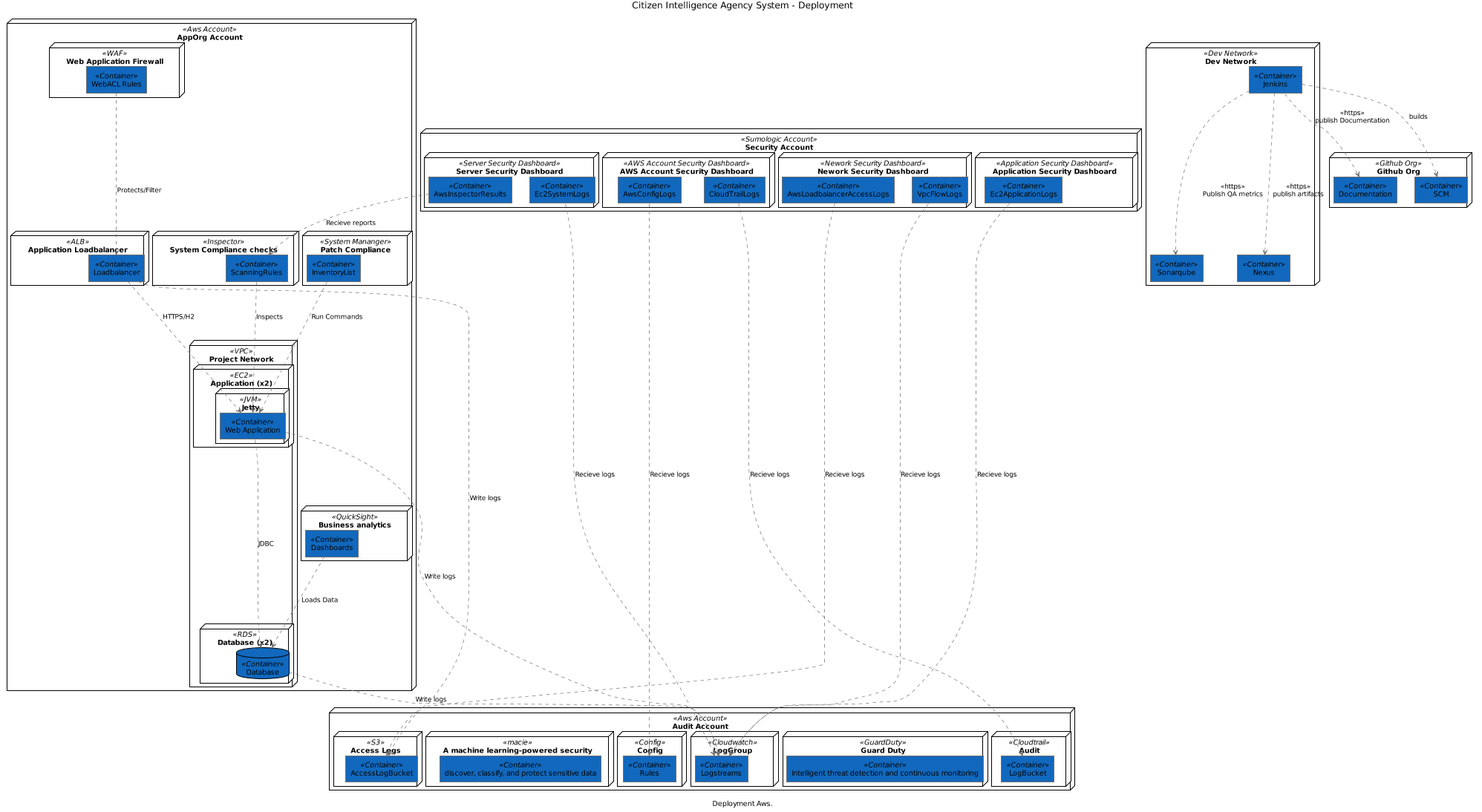
This is architecture/Citizen-Intelligence-Agency-System-System-Deployment.png from sjvs/cia, a PlantUML export, as it was before one commit.
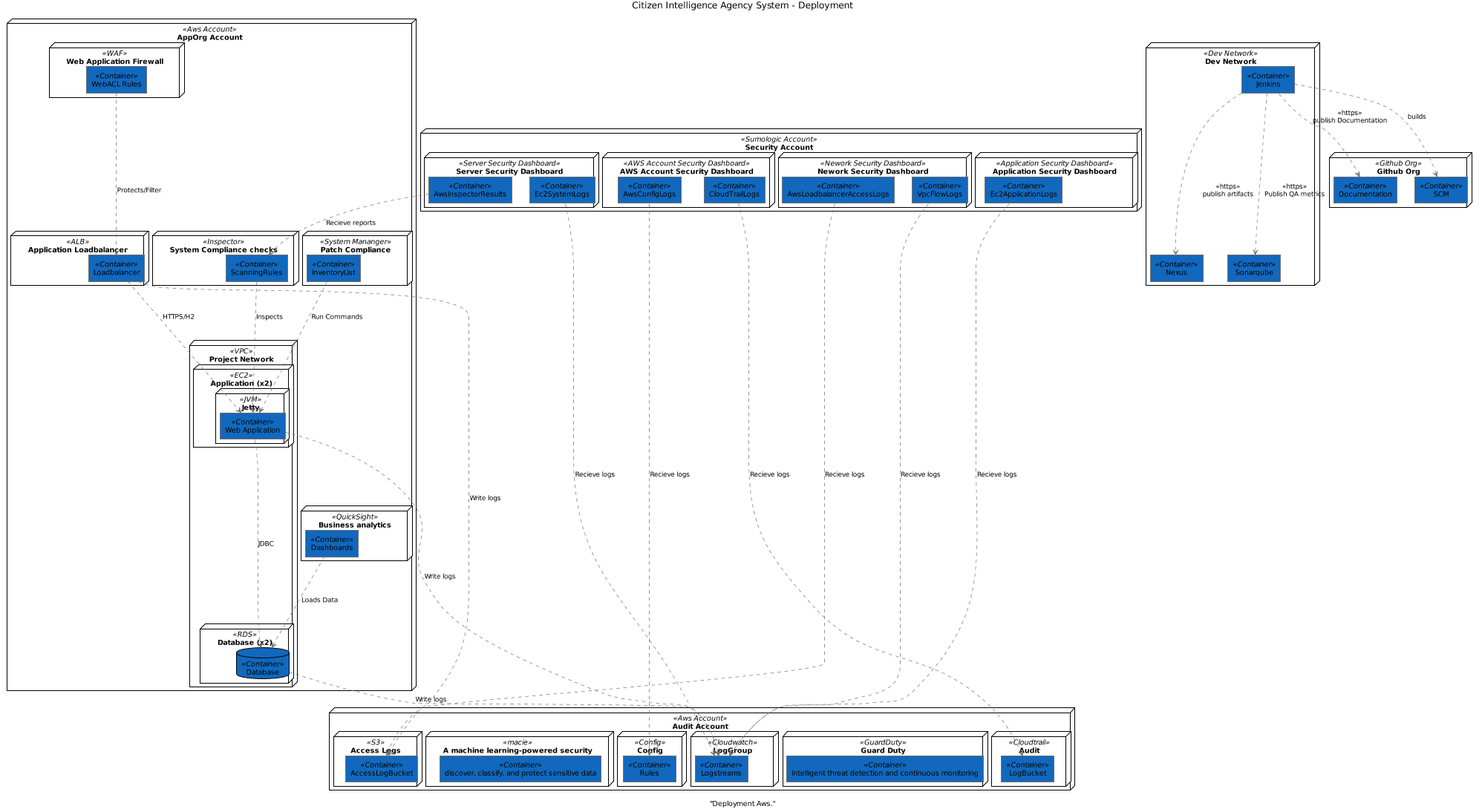
After the commit.

Diff of the diagram source:
```diff
@@ -1,7 +1,7 @@
-@startuml(id=Deployment)
+@startuml(id="Deployment")
 scale max 2000x2000
 title Citizen Intelligence Agency System - Deployment
-caption Deployment Aws.
+caption "Deployment Aws."
 
 skinparam {
   shadowing false
@@ -60,9 +60,9 @@
   }
 }
 node "Dev Network" <<Dev Network>> as 110 {
+  rectangle "Sonarqube" <<Container>> as 114 #1168bd
   rectangle "Nexus" <<Container>> as 112 #1168bd
   rectangle "Jenkins" <<Container>> as 120 #1168bd
-  rectangle "Sonarqube" <<Container>> as 114 #1168bd
 }
 node "Github Org" <<Github Org>> as 105 {
   rectangle "SCM" <<Container>> as 107 #1168bd
@@ -85,24 +85,24 @@
     rectangle "Ec2ApplicationLogs" <<Container>> as 148 #1168bd
   }
 }
-87 .[#707070].> 93 : HTTPS/H2
+93 .[#707070].> 76 : Write logs
 140 .[#707070].> 55 : Recieve logs
 152 .[#707070].> 58 : Recieve reports
+62 .[#707070].> 93 : Run Commands
 58 .[#707070].> 93 : Inspects
-62 .[#707070].> 93 : Run Commands
-93 .[#707070].> 76 : Write logs
+87 .[#707070].> 93 : HTTPS/H2
 144 .[#707070].> 76 : Recieve logs
 156 .[#707070].> 84 : Recieve logs
-120 .[#707070].> 109 : <<https>>\npublish Documentation
+120 .[#707070].> 107 : builds
+120 .[#707070].> 114 : <<https>>\nPublish QA metrics
 120 .[#707070].> 112 : <<https>>\npublish artifacts
-120 .[#707070].> 114 : <<https>>\nPublish QA metrics
-87 .[#707070].> 84 : Write logs
-93 .[#707070].> 100 : JDBC
-132 .[#707070].> 76 : Recieve logs
-120 .[#707070].> 107 : builds
 50 .[#707070].> 87 : Protects/Filter
 66 .[#707070].> 100 : Loads Data
+132 .[#707070].> 76 : Recieve logs
+120 .[#707070].> 109 : <<https>>\npublish Documentation
+87 .[#707070].> 84 : Write logs
+100 .[#707070].> 76 : Write logs
 148 .[#707070].> 76 : Recieve logs
-100 .[#707070].> 76 : Write logs
+93 .[#707070].> 100 : JDBC
 136 .[#707070].> 81 : Recieve logs
 @enduml
```
